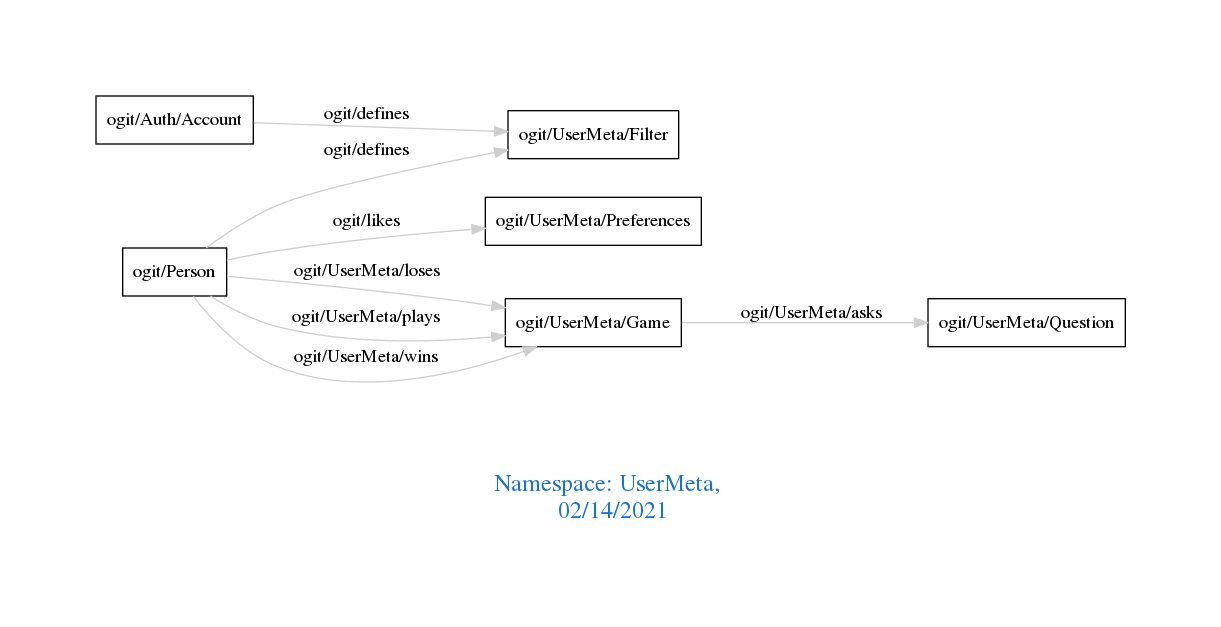
This is downloads/UserMeta.png from arago/OGIT, a Graphviz export, as it was before one commit. Its source is kept beside it as downloads/UserMeta.dot.
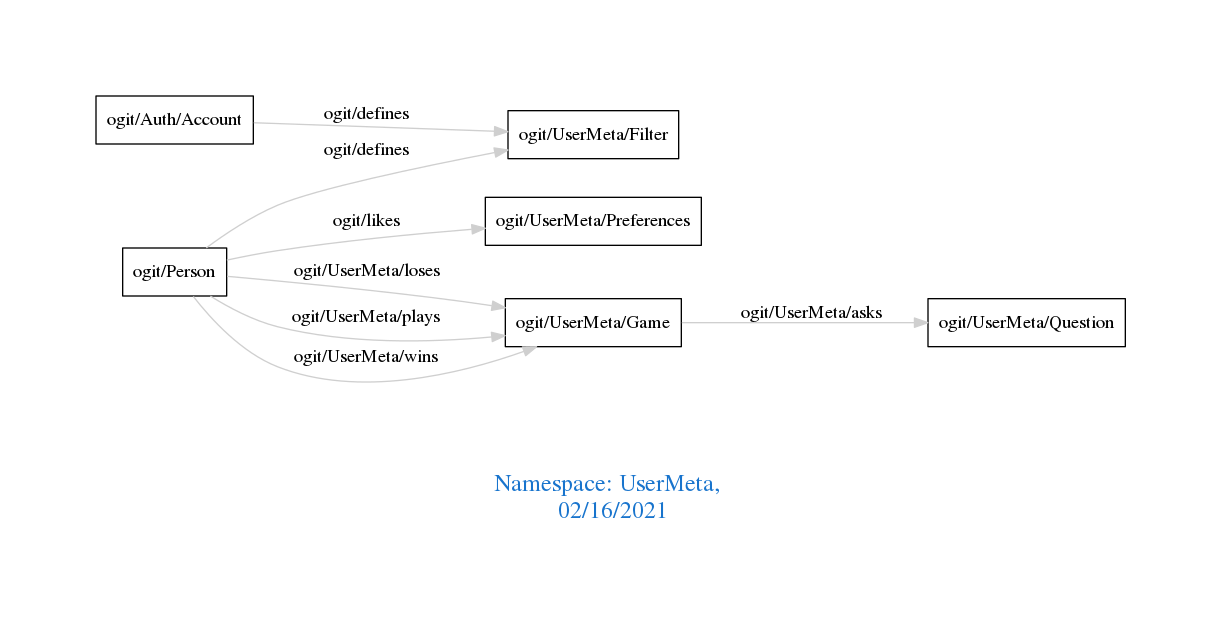
Later version of the same file.

The edit, as a diff of the source:
```diff
@@ -1,7 +1,7 @@
 digraph OGIT_ontology {
  graph [ rankdir= LR,pad=1
 fontsize = 18,
-fontcolor= dodgerblue3,label = "\n\n\nNamespace: UserMeta, \n 02/14/2021"];
+fontcolor= dodgerblue3,label = "\n\n\nNamespace: UserMeta, \n 02/16/2021"];
 node[shape=polygon];
 edge [  color="gray81"];
 
```
